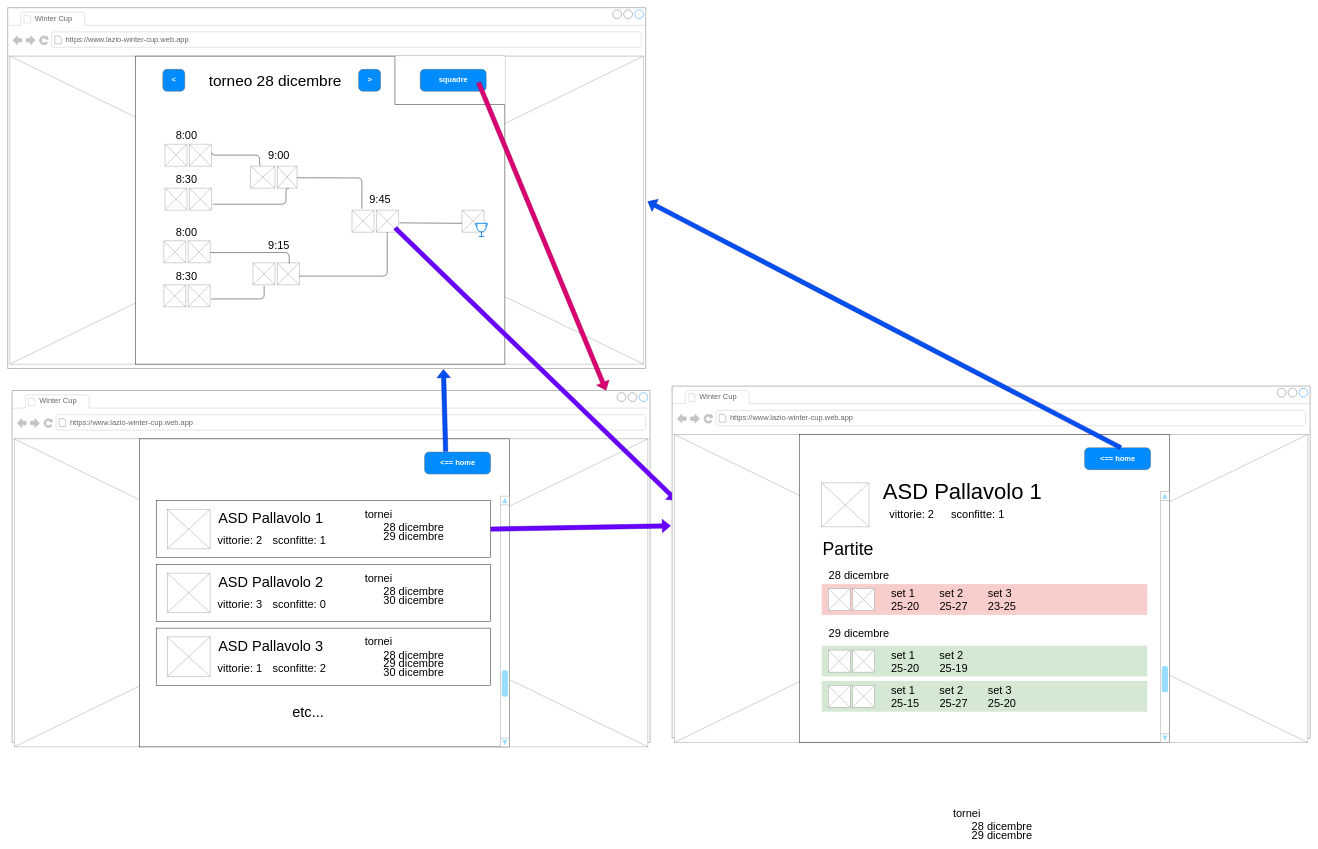
The draw.io diagram docs/wireframe.drawio in CuriousCI/lazio-winter-cup, before the edit. Source tidied: cells renumbered, new cells numbered last; positions are measured from the earlier drawing's top-left corner, leaving out a move shared by most shapes. Both pictures are drawn from the tidied source at 44%, with x=0, y=0 at pixel (7, 7).
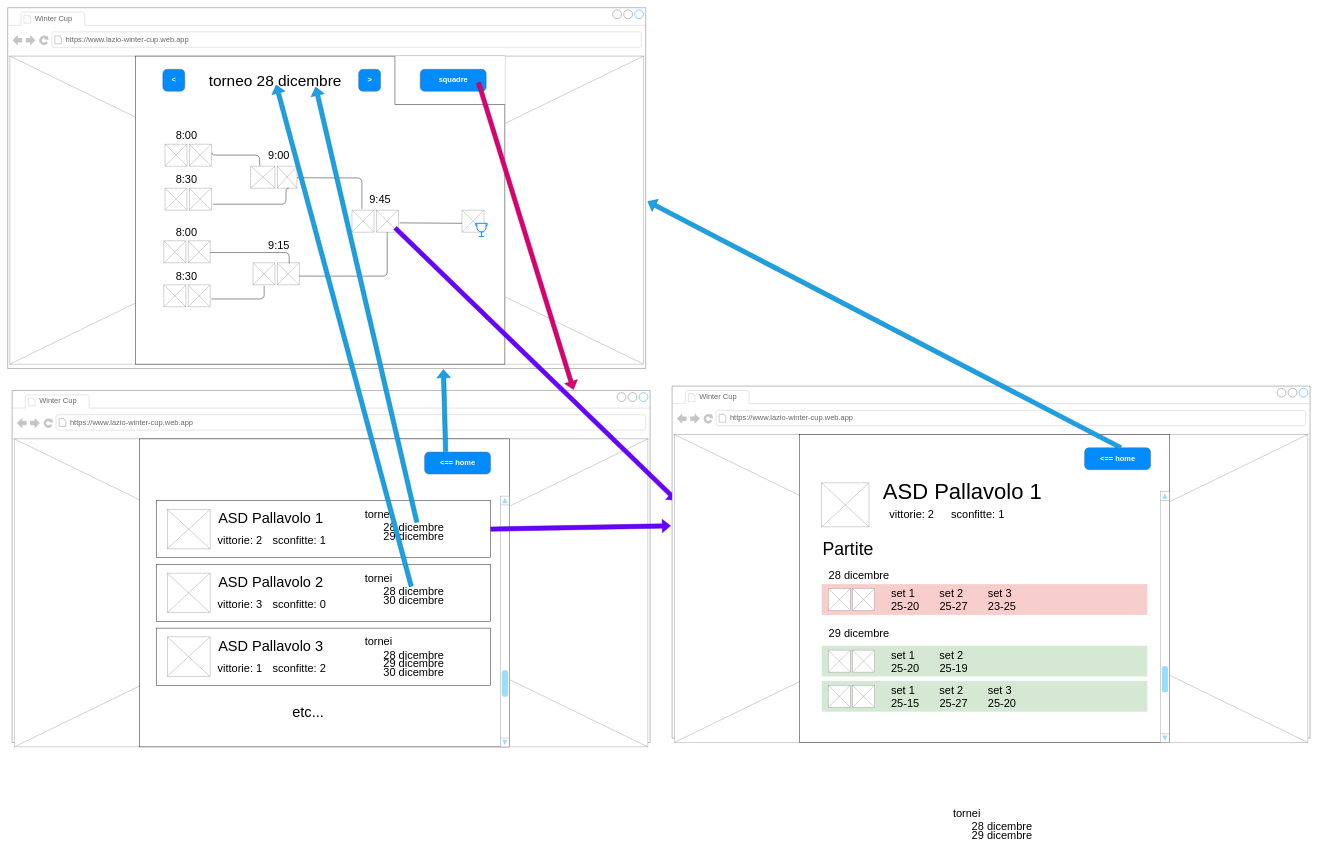
The same page after the edit.

The change refers to these unchanged cells:
```xml
<mxCell id="2" style="strokeWidth=1;shadow=0;dashed=0;align=center;html=1;shape=mxgraph.mockup.containers.browserWindow;rSize=0;strokeColor=#666666;strokeColor2=#008cff;strokeColor3=#c4c4c4;mainText=,;" parent="1" vertex="1">
  <mxGeometry width="1450" height="820" as="geometry" />
</mxCell>
<mxCell id="19" value="&lt;font style=&quot;font-size: 35px&quot;&gt;torneo 28 dicembre&lt;/font&gt;" style="text;html=1;strokeColor=none;fillColor=none;align=center;verticalAlign=middle;whiteSpace=wrap;rounded=0;" parent="1" vertex="1">
  <mxGeometry x="427.5" y="155" width="360" height="20" as="geometry" />
</mxCell>
<mxCell id="44" style="strokeWidth=1;shadow=0;dashed=0;align=center;html=1;shape=mxgraph.mockup.containers.browserWindow;rSize=0;strokeColor=#666666;strokeColor2=#008cff;strokeColor3=#c4c4c4;mainText=,;" parent="1" vertex="1">
  <mxGeometry x="10" y="870" width="1450" height="800" as="geometry" />
</mxCell>
<mxCell id="49" value="&amp;lt;== home" style="strokeWidth=1;shadow=0;dashed=0;align=center;html=1;shape=mxgraph.mockup.buttons.button;strokeColor=#666666;fontColor=#ffffff;mainText=;buttonStyle=round;fontSize=17;fontStyle=1;fillColor=#008cff;whiteSpace=wrap;" parent="44" vertex="1">
  <mxGeometry x="937.5" y="140" width="150" height="50" as="geometry" />
</mxCell>
<mxCell id="59" value="28 dicembre" style="text;html=1;strokeColor=none;fillColor=none;align=center;verticalAlign=middle;whiteSpace=wrap;rounded=0;fontSize=25;" parent="44" vertex="1">
  <mxGeometry x="827.5" y="445" width="170" height="20" as="geometry" />
</mxCell>
<mxCell id="83" value="&amp;lt;== home" style="strokeWidth=1;shadow=0;dashed=0;align=center;html=1;shape=mxgraph.mockup.buttons.button;strokeColor=#666666;fontColor=#ffffff;mainText=;buttonStyle=round;fontSize=17;fontStyle=1;fillColor=#008cff;whiteSpace=wrap;" parent="78" vertex="1">
  <mxGeometry x="937.5" y="140" width="150" height="50" as="geometry" />
</mxCell>
```

Change to the diagram source:
```diff
@@
-    <mxCell id="121" style="shape=flexArrow;endArrow=classic;html=1;fontSize=40;fillColor=#d80073;strokeColor=#A50040;entryX=0.931;entryY=0;entryDx=0;entryDy=0;entryPerimeter=0;" parent="1" edge="1" target="44">
+    <mxCell id="121" style="shape=flexArrow;endArrow=classic;html=1;fontSize=40;fillColor=#d80073;strokeColor=#A50040;entryX=0.88;entryY=-0.002;entryDx=0;entryDy=0;entryPerimeter=0;" parent="1" edge="1" target="44">
       <mxGeometry relative="1" as="geometry">
         <mxPoint x="1070" y="170" as="sourcePoint" />
       </mxGeometry>
     </mxCell>
-    <mxCell id="122" style="shape=flexArrow;endArrow=classic;html=1;fontSize=40;fillColor=#0050ef;strokeColor=#001DBC;exitX=0.55;exitY=0;exitDx=0;exitDy=0;exitPerimeter=0;entryX=1.003;entryY=0.537;entryDx=0;entryDy=0;entryPerimeter=0;" parent="1" edge="1" source="83" target="2">
+    <mxCell id="122" style="shape=flexArrow;endArrow=classic;html=1;fontSize=40;fillColor=#1ba1e2;strokeColor=#006EAF;exitX=0.55;exitY=0;exitDx=0;exitDy=0;exitPerimeter=0;entryX=1.003;entryY=0.537;entryDx=0;entryDy=0;entryPerimeter=0;" parent="1" edge="1" source="83" target="2">
       <mxGeometry relative="1" as="geometry" />
     </mxCell>
-    <mxCell id="123" style="shape=flexArrow;endArrow=classic;html=1;fontSize=40;fillColor=#0050ef;strokeColor=#001DBC;entryX=0.683;entryY=1.002;entryDx=0;entryDy=0;entryPerimeter=0;exitX=0.319;exitY=-0.021;exitDx=0;exitDy=0;exitPerimeter=0;" parent="1" edge="1" source="49" target="2">
+    <mxCell id="123" style="shape=flexArrow;endArrow=classic;html=1;fontSize=40;fillColor=#1ba1e2;strokeColor=#006EAF;entryX=0.683;entryY=1.002;entryDx=0;entryDy=0;entryPerimeter=0;exitX=0.319;exitY=-0.021;exitDx=0;exitDy=0;exitPerimeter=0;" parent="1" edge="1" source="49" target="2">
       <mxGeometry relative="1" as="geometry" />
     </mxCell>
+    <mxCell id="124" style="shape=flexArrow;endArrow=classic;html=1;fontSize=40;fillColor=#1ba1e2;strokeColor=#006EAF;" parent="1" edge="1">
+      <mxGeometry relative="1" as="geometry">
+        <mxPoint x="930" y="1170" as="sourcePoint" />
+        <mxPoint x="700" y="180" as="targetPoint" />
+      </mxGeometry>
+    </mxCell>
+    <mxCell id="125" style="shape=flexArrow;endArrow=classic;html=1;fontSize=40;fillColor=#1ba1e2;strokeColor=#006EAF;exitX=0.469;exitY=0.025;exitDx=0;exitDy=0;exitPerimeter=0;" parent="1" edge="1" source="59" target="19">
+      <mxGeometry relative="1" as="geometry" />
+    </mxCell>
```
